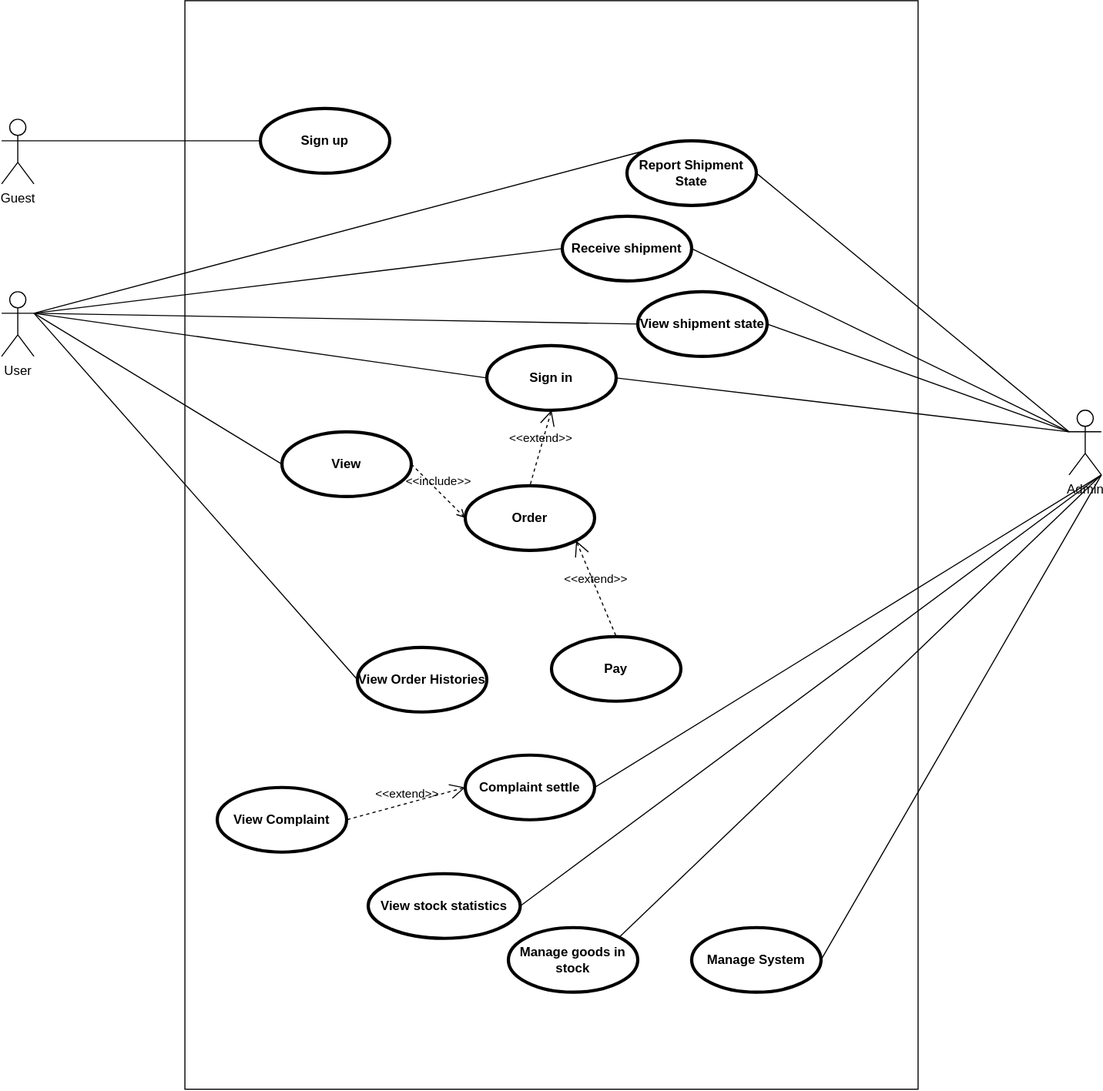
The draw.io diagram System_Design/UseCase/UseCase_DR.svg in giakhangnguyenlam/WebsiteTangQua, before a commit. Source tidied: cells renumbered, new cells last; positions are measured from the earlier drawing's top-left corner, leaving out a move shared by most shapes.
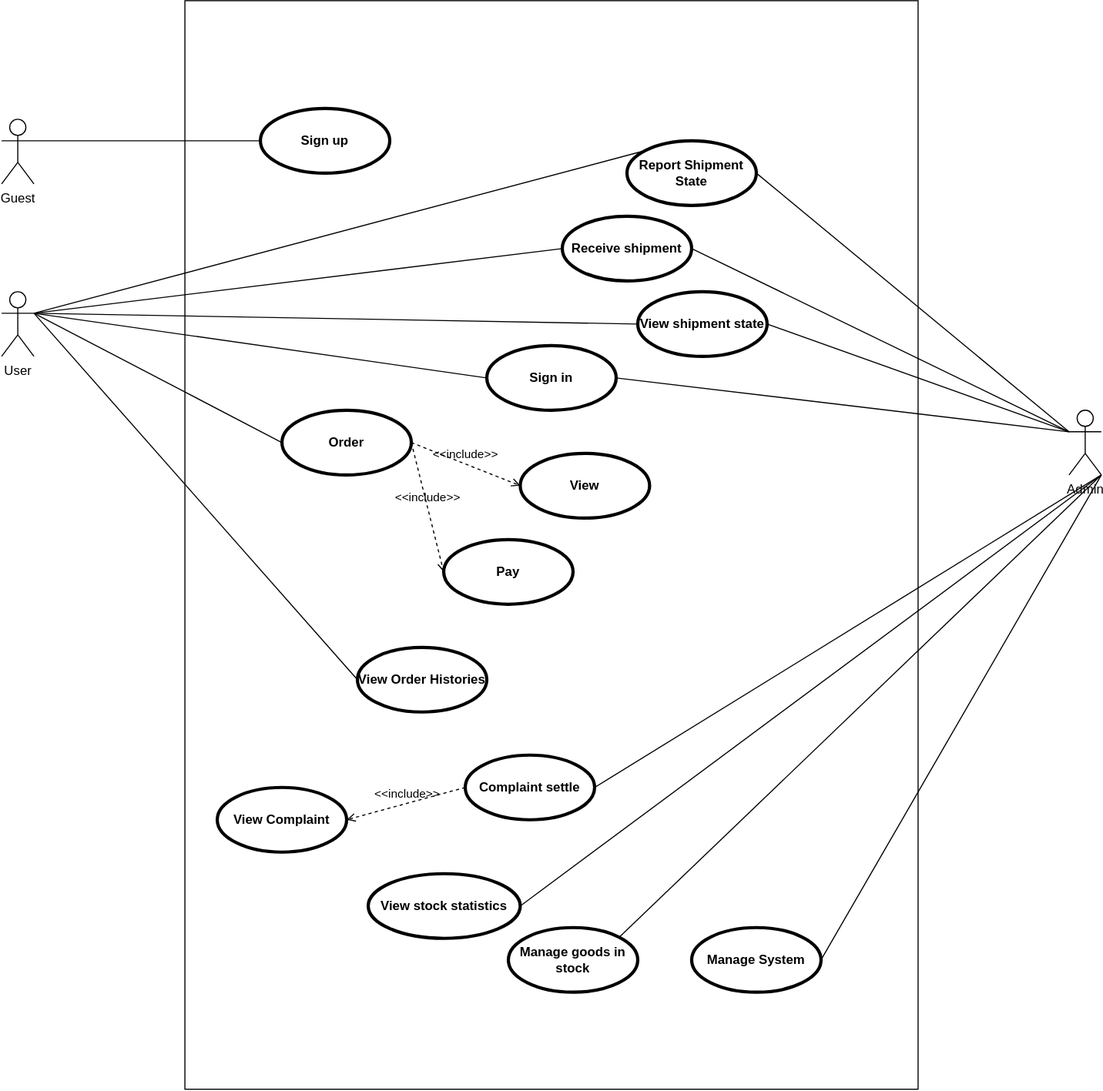
Above is the later version.

What changed in the source:
```diff
@@ -6,10 +6,10 @@
       <mxGeometry x="170" width="680" height="1010" as="geometry" />
     </mxCell>
     <mxCell id="3" value="View" style="shape=ellipse;html=1;strokeWidth=3;fontStyle=1;whiteSpace=wrap;align=center;perimeter=ellipsePerimeter;" parent="1" vertex="1">
-      <mxGeometry x="260" y="400" width="120" height="60" as="geometry" />
+      <mxGeometry x="481" y="420" width="120" height="60" as="geometry" />
     </mxCell>
     <mxCell id="4" value="Order" style="shape=ellipse;html=1;strokeWidth=3;fontStyle=1;whiteSpace=wrap;align=center;perimeter=ellipsePerimeter;" parent="1" vertex="1">
-      <mxGeometry x="430" y="450" width="120" height="60" as="geometry" />
+      <mxGeometry x="260" y="380" width="120" height="60" as="geometry" />
     </mxCell>
     <mxCell id="5" value="Sign up" style="shape=ellipse;html=1;strokeWidth=3;fontStyle=1;whiteSpace=wrap;align=center;perimeter=ellipsePerimeter;" parent="1" vertex="1">
       <mxGeometry x="240" y="100" width="120" height="60" as="geometry" />
@@ -18,7 +18,7 @@
       <mxGeometry x="450" y="320" width="120" height="60" as="geometry" />
     </mxCell>
     <mxCell id="7" value="Pay" style="shape=ellipse;html=1;strokeWidth=3;fontStyle=1;whiteSpace=wrap;align=center;perimeter=ellipsePerimeter;" parent="1" vertex="1">
-      <mxGeometry x="510" y="590" width="120" height="60" as="geometry" />
+      <mxGeometry x="410" y="500" width="120" height="60" as="geometry" />
     </mxCell>
     <mxCell id="8" value="Complaint settle" style="shape=ellipse;html=1;strokeWidth=3;fontStyle=1;whiteSpace=wrap;align=center;perimeter=ellipsePerimeter;" parent="1" vertex="1">
       <mxGeometry x="430" y="700" width="120" height="60" as="geometry" />
@@ -53,7 +53,7 @@
     <mxCell id="18" value="User" style="shape=umlActor;html=1;verticalLabelPosition=bottom;verticalAlign=top;align=center;" parent="1" vertex="1">
       <mxGeometry y="270" width="30" height="60" as="geometry" />
     </mxCell>
-    <mxCell id="19" style="edgeStyle=none;html=1;endArrow=none;verticalAlign=bottom;exitX=1;exitY=0.3333333333333333;exitDx=0;exitDy=0;exitPerimeter=0;entryX=0;entryY=0.5;entryDx=0;entryDy=0;" parent="1" edge="1" source="18" target="3">
+    <mxCell id="19" style="edgeStyle=none;html=1;endArrow=none;verticalAlign=bottom;exitX=1;exitY=0.3333333333333333;exitDx=0;exitDy=0;exitPerimeter=0;entryX=0;entryY=0.5;entryDx=0;entryDy=0;" parent="1" edge="1" source="18" target="4">
       <mxGeometry relative="1" as="geometry" />
     </mxCell>
     <mxCell id="20" style="edgeStyle=none;html=1;endArrow=none;verticalAlign=bottom;exitX=1;exitY=0.3333333333333333;exitDx=0;exitDy=0;exitPerimeter=0;entryX=0;entryY=0.5;entryDx=0;entryDy=0;" parent="1" edge="1" source="18" target="6">
@@ -89,12 +89,6 @@
     <mxCell id="30" style="edgeStyle=none;html=1;endArrow=none;verticalAlign=bottom;exitX=1;exitY=0.3333333333333333;exitDx=0;exitDy=0;exitPerimeter=0;entryX=0;entryY=0.5;entryDx=0;entryDy=0;" parent="1" edge="1" source="29" target="5">
       <mxGeometry relative="1" as="geometry" />
     </mxCell>
-    <mxCell id="31" value="&amp;lt;&amp;lt;include&amp;gt;&amp;gt;" style="edgeStyle=none;html=1;endArrow=open;verticalAlign=bottom;dashed=1;labelBackgroundColor=none;exitX=1;exitY=0.5;exitDx=0;exitDy=0;entryX=0;entryY=0.5;entryDx=0;entryDy=0;" parent="1" edge="1" source="3" target="4">
-      <mxGeometry relative="1" as="geometry" />
-    </mxCell>
-    <mxCell id="32" value="&amp;lt;&amp;lt;extend&amp;gt;&amp;gt;" style="edgeStyle=none;html=1;startArrow=open;endArrow=none;startSize=12;verticalAlign=bottom;dashed=1;labelBackgroundColor=none;exitX=1;exitY=1;exitDx=0;exitDy=0;entryX=0.5;entryY=0;entryDx=0;entryDy=0;" parent="1" edge="1" source="4" target="7">
-      <mxGeometry relative="1" as="geometry" />
-    </mxCell>
     <mxCell id="33" style="edgeStyle=none;html=1;endArrow=none;verticalAlign=bottom;exitX=1;exitY=0.5;exitDx=0;exitDy=0;entryX=0;entryY=0.3333333333333333;entryDx=0;entryDy=0;entryPerimeter=0;" parent="1" edge="1" source="6" target="17">
       <mxGeometry relative="1" as="geometry" />
     </mxCell>
@@ -107,11 +101,14 @@
     <mxCell id="36" style="edgeStyle=none;html=1;endArrow=none;verticalAlign=bottom;exitX=1;exitY=0.5;exitDx=0;exitDy=0;entryX=0;entryY=0.3333333333333333;entryDx=0;entryDy=0;entryPerimeter=0;" parent="1" edge="1" source="16" target="17">
       <mxGeometry relative="1" as="geometry" />
     </mxCell>
+    <mxCell id="39" value="&amp;lt;&amp;lt;include&amp;gt;&amp;gt;" style="edgeStyle=none;html=1;endArrow=open;verticalAlign=bottom;dashed=1;labelBackgroundColor=none;exitX=1;exitY=0.5;exitDx=0;exitDy=0;entryX=0;entryY=0.5;entryDx=0;entryDy=0;" parent="1" edge="1" source="4" target="3">
+      <mxGeometry relative="1" as="geometry" />
+    </mxCell>
+    <mxCell id="32" value="&amp;lt;&amp;lt;include&amp;gt;&amp;gt;" style="edgeStyle=none;html=1;endArrow=open;verticalAlign=bottom;dashed=1;labelBackgroundColor=none;exitX=1;exitY=0.5;exitDx=0;exitDy=0;entryX=0;entryY=0.5;entryDx=0;entryDy=0;" parent="1" edge="1" source="4" target="7">
+      <mxGeometry relative="1" as="geometry" />
+    </mxCell>
-    <mxCell id="37" value="&amp;lt;&amp;lt;extend&amp;gt;&amp;gt;" style="edgeStyle=none;html=1;startArrow=open;endArrow=none;startSize=12;verticalAlign=bottom;dashed=1;labelBackgroundColor=none;exitX=0;exitY=0.5;exitDx=0;exitDy=0;entryX=1;entryY=0.5;entryDx=0;entryDy=0;" parent="1" edge="1" source="8" target="15">
+    <mxCell id="37" value="&amp;lt;&amp;lt;include&amp;gt;&amp;gt;" style="edgeStyle=none;html=1;endArrow=open;verticalAlign=bottom;dashed=1;labelBackgroundColor=none;exitX=0;exitY=0.5;exitDx=0;exitDy=0;entryX=1;entryY=0.5;entryDx=0;entryDy=0;" parent="1" edge="1" source="8" target="15">
       <mxGeometry relative="1" as="geometry" />
     </mxCell>
-    <mxCell id="38" value="&amp;lt;&amp;lt;extend&amp;gt;&amp;gt;" style="edgeStyle=none;html=1;startArrow=open;endArrow=none;startSize=12;verticalAlign=bottom;dashed=1;labelBackgroundColor=none;exitX=0.5;exitY=1;exitDx=0;exitDy=0;entryX=0.5;entryY=0;entryDx=0;entryDy=0;" parent="1" edge="1" source="6" target="4">
-      <mxGeometry relative="1" as="geometry" />
-    </mxCell>
   </root>
 </mxGraphModel>
```
